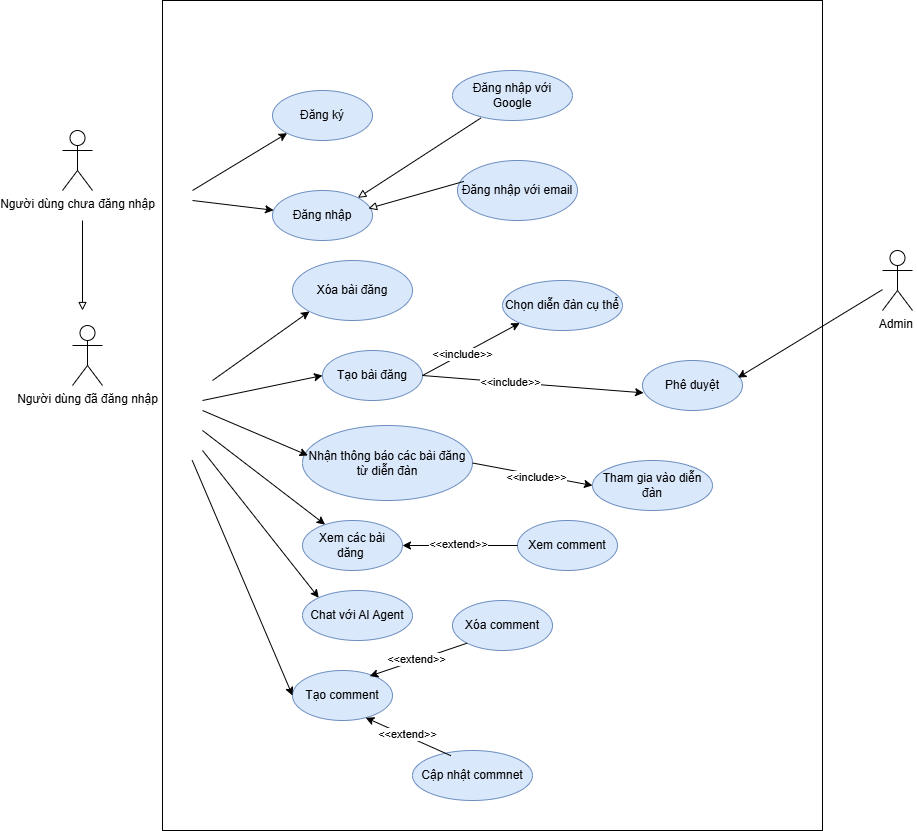
Before: images/Sơ đồ UC.drawio.png, a diagram exported from draw.io (Giaphuc713/My-CV). Source tidied: cells renumbered, new cells last; positions are measured from the earlier drawing's top-left corner, leaving out a move shared by most shapes.
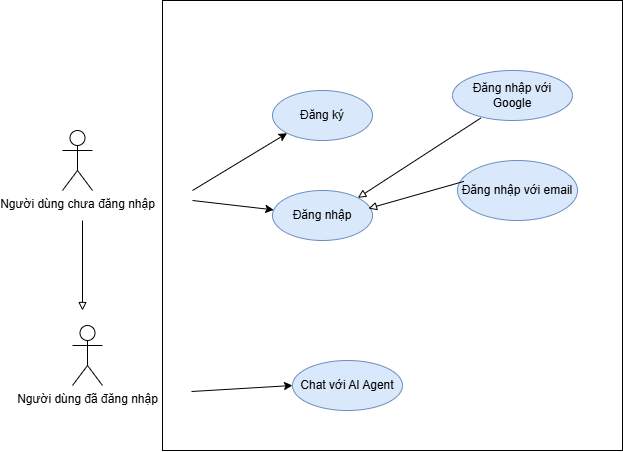
After the change.

Commit message:
move Usecase from chapter 4 to chapter 3

Change to the diagram source:
```diff
@@ -3,7 +3,7 @@
     <mxCell id="0" />
     <mxCell id="1" parent="0" />
     <mxCell id="2" style="rounded=0;whiteSpace=wrap;html=1;imageAspect=0;" parent="1" vertex="1">
-      <mxGeometry x="100" width="660" height="830" as="geometry" />
+      <mxGeometry x="100" width="460" height="450" as="geometry" />
     </mxCell>
     <mxCell id="3" value="Người dùng chưa đăng nhập&lt;div&gt;&lt;br&gt;&lt;/div&gt;" style="shape=umlActor;verticalLabelPosition=bottom;verticalAlign=top;html=1;" parent="1" vertex="1">
       <mxGeometry y="130" width="30" height="60" as="geometry" />
@@ -33,12 +33,6 @@
         <mxPoint x="20" y="310" as="targetPoint" />
       </mxGeometry>
     </mxCell>
-    <mxCell id="10" value="Tạo bài đăng" style="ellipse;whiteSpace=wrap;html=1;fillColor=#dae8fc;strokeColor=#6c8ebf;" parent="1" vertex="1">
-      <mxGeometry x="260" y="350" width="100" height="50" as="geometry" />
-    </mxCell>
-    <mxCell id="11" value="Xem các bài dăng&amp;nbsp;" style="ellipse;whiteSpace=wrap;html=1;fillColor=#dae8fc;strokeColor=#6c8ebf;" parent="1" vertex="1">
-      <mxGeometry x="240" y="520" width="100" height="50" as="geometry" />
-    </mxCell>
     <mxCell id="12" value="Đăng nhập với Google" style="ellipse;whiteSpace=wrap;html=1;fillColor=#dae8fc;strokeColor=#6c8ebf;" parent="1" vertex="1">
       <mxGeometry x="390" y="70" width="120" height="50" as="geometry" />
     </mxCell>
@@ -53,105 +47,13 @@
         <mxPoint x="306" y="208" as="targetPoint" />
       </mxGeometry>
     </mxCell>
-    <mxCell id="16" value="Xóa bài đăng" style="ellipse;whiteSpace=wrap;html=1;fillColor=#dae8fc;strokeColor=#6c8ebf;" parent="1" vertex="1">
-      <mxGeometry x="230" y="260" width="120" height="60" as="geometry" />
-    </mxCell>
-    <mxCell id="17" value="Admin&amp;nbsp;" style="shape=umlActor;verticalLabelPosition=bottom;verticalAlign=top;html=1;outlineConnect=0;" parent="1" vertex="1">
-      <mxGeometry x="820" y="250" width="30" height="60" as="geometry" />
-    </mxCell>
-    <mxCell id="18" style="endArrow=classic;html=1;rounded=0;entryX=0;entryY=1;entryDx=0;entryDy=0;" parent="1" edge="1" target="16">
-      <mxGeometry relative="1" as="geometry">
-        <mxPoint x="150" y="380" as="sourcePoint" />
-      </mxGeometry>
-    </mxCell>
-    <mxCell id="19" style="endArrow=classic;html=1;rounded=0;entryX=0;entryY=0.5;entryDx=0;entryDy=0;" parent="1" edge="1" target="10">
-      <mxGeometry relative="1" as="geometry">
-        <mxPoint x="140" y="400" as="sourcePoint" />
-      </mxGeometry>
-    </mxCell>
-    <mxCell id="20" style="endArrow=classic;html=1;rounded=0;" parent="1" edge="1" target="11">
-      <mxGeometry relative="1" as="geometry">
-        <mxPoint x="140" y="430" as="sourcePoint" />
-      </mxGeometry>
-    </mxCell>
-    <mxCell id="21" value="Chọn diễn đàn cụ thể" style="ellipse;whiteSpace=wrap;html=1;fillColor=#dae8fc;strokeColor=#6c8ebf;" parent="1" vertex="1">
-      <mxGeometry x="440" y="280" width="120" height="50" as="geometry" />
-    </mxCell>
-    <mxCell id="22" style="endArrow=classic;html=1;rounded=0;entryX=0;entryY=1;entryDx=0;entryDy=0;exitX=1;exitY=0.5;exitDx=0;exitDy=0;" parent="1" edge="1" source="10" target="21">
-      <mxGeometry relative="1" as="geometry" />
-    </mxCell>
-    <mxCell id="23" value="&amp;lt;&amp;lt;include&amp;gt;&amp;gt;" style="edgeLabel;html=1;align=center;verticalAlign=middle;" parent="22" vertex="1">
-      <mxGeometry x="-0.21" y="1" relative="1" as="geometry" />
-    </mxCell>
-    <mxCell id="24" value="Tham gia vào diễn đàn" style="ellipse;whiteSpace=wrap;html=1;fillColor=#dae8fc;strokeColor=#6c8ebf;" parent="1" vertex="1">
-      <mxGeometry x="530" y="460" width="120" height="50" as="geometry" />
-    </mxCell>
-    <mxCell id="25" value="Nhận thông báo các bài đăng từ diễn đàn" style="ellipse;whiteSpace=wrap;html=1;fillColor=#dae8fc;strokeColor=#6c8ebf;" parent="1" vertex="1">
-      <mxGeometry x="240" y="425" width="170" height="75" as="geometry" />
-    </mxCell>
-    <mxCell id="26" style="endArrow=classic;html=1;rounded=0;entryX=0.032;entryY=0.399;entryDx=0;entryDy=0;entryPerimeter=0;" parent="1" edge="1" target="25">
-      <mxGeometry relative="1" as="geometry">
-        <mxPoint x="140" y="410" as="sourcePoint" />
-      </mxGeometry>
-    </mxCell>
-    <mxCell id="27" style="endArrow=classic;html=1;rounded=0;exitX=1;exitY=0.5;exitDx=0;exitDy=0;entryX=0;entryY=0.5;entryDx=0;entryDy=0;" parent="1" edge="1" source="25" target="24">
-      <mxGeometry relative="1" as="geometry" />
-    </mxCell>
-    <mxCell id="28" value="&amp;lt;&amp;lt;include&amp;gt;&amp;gt;" style="edgeLabel;html=1;align=center;verticalAlign=middle;" parent="27" vertex="1">
-      <mxGeometry x="0.05" y="-2" relative="1" as="geometry" />
-    </mxCell>
-    <mxCell id="29" value="Phê duyệt" style="ellipse;whiteSpace=wrap;html=1;fillColor=#dae8fc;strokeColor=#6c8ebf;" parent="1" vertex="1">
-      <mxGeometry x="580" y="360" width="100" height="50" as="geometry" />
-    </mxCell>
-    <mxCell id="30" style="endArrow=classic;html=1;rounded=0;entryX=0.011;entryY=0.647;entryDx=0;entryDy=0;exitX=1;exitY=0.5;exitDx=0;exitDy=0;entryPerimeter=0;" parent="1" edge="1" source="10" target="29">
-      <mxGeometry relative="1" as="geometry" />
-    </mxCell>
-    <mxCell id="31" value="&amp;lt;&amp;lt;include&amp;gt;&amp;gt;" style="edgeLabel;html=1;align=center;verticalAlign=middle;" parent="30" vertex="1">
-      <mxGeometry x="-0.21" y="1" relative="1" as="geometry" />
-    </mxCell>
-    <mxCell id="32" style="endArrow=classic;html=1;rounded=0;entryX=0.954;entryY=0.344;entryDx=0;entryDy=0;entryPerimeter=0;" parent="1" edge="1" source="17" target="29">
-      <mxGeometry relative="1" as="geometry" />
-    </mxCell>
-    <mxCell id="33" value="Xem comment" style="ellipse;whiteSpace=wrap;html=1;fillColor=#dae8fc;strokeColor=#6c8ebf;" parent="1" vertex="1">
-      <mxGeometry x="455" y="520" width="100" height="50" as="geometry" />
-    </mxCell>
-    <mxCell id="34" value="Tạo comment" style="ellipse;whiteSpace=wrap;html=1;fillColor=#dae8fc;strokeColor=#6c8ebf;" parent="1" vertex="1">
-      <mxGeometry x="230" y="670" width="100" height="50" as="geometry" />
-    </mxCell>
-    <mxCell id="35" style="endArrow=classic;html=1;rounded=0;entryX=1;entryY=0.5;entryDx=0;entryDy=0;" parent="1" edge="1" source="33" target="11">
-      <mxGeometry relative="1" as="geometry" />
-    </mxCell>
-    <mxCell id="36" value="&amp;lt;&amp;lt;extend&amp;gt;&amp;gt;" style="edgeLabel;html=1;align=center;verticalAlign=middle;" parent="35" vertex="1">
-      <mxGeometry x="0.05" y="-2" relative="1" as="geometry" />
-    </mxCell>
-    <mxCell id="37" value="Xóa comment" style="ellipse;whiteSpace=wrap;html=1;fillColor=#dae8fc;strokeColor=#6c8ebf;" parent="1" vertex="1">
-      <mxGeometry x="390" y="600" width="100" height="50" as="geometry" />
-    </mxCell>
-    <mxCell id="38" value="Cập nhật commnet" style="ellipse;whiteSpace=wrap;html=1;fillColor=#dae8fc;strokeColor=#6c8ebf;" parent="1" vertex="1">
-      <mxGeometry x="350" y="750" width="120" height="50" as="geometry" />
-    </mxCell>
-    <mxCell id="39" style="endArrow=classic;html=1;rounded=0;entryX=0.772;entryY=0.112;entryDx=0;entryDy=0;entryPerimeter=0;exitX=0;exitY=1;exitDx=0;exitDy=0;" parent="1" edge="1" source="37" target="34">
-      <mxGeometry relative="1" as="geometry" />
-    </mxCell>
-    <mxCell id="40" value="&amp;lt;&amp;lt;extend&amp;gt;&amp;gt;" style="edgeLabel;html=1;align=center;verticalAlign=middle;" parent="39" vertex="1">
-      <mxGeometry x="0.05" y="-2" relative="1" as="geometry" />
-    </mxCell>
-    <mxCell id="41" style="endArrow=classic;html=1;rounded=0;entryX=0.732;entryY=0.944;entryDx=0;entryDy=0;entryPerimeter=0;exitX=0.32;exitY=0.104;exitDx=0;exitDy=0;exitPerimeter=0;" parent="1" edge="1" source="38" target="34">
-      <mxGeometry relative="1" as="geometry" />
-    </mxCell>
-    <mxCell id="42" value="&amp;lt;&amp;lt;extend&amp;gt;&amp;gt;" style="edgeLabel;html=1;align=center;verticalAlign=middle;" parent="41" vertex="1">
-      <mxGeometry x="0.05" y="-2" relative="1" as="geometry" />
-    </mxCell>
-    <mxCell id="43" style="endArrow=classic;html=1;rounded=0;entryX=0;entryY=0.5;entryDx=0;entryDy=0;exitX=0.045;exitY=0.554;exitDx=0;exitDy=0;exitPerimeter=0;" parent="1" edge="1" source="2" target="34">
-      <mxGeometry relative="1" as="geometry" />
-    </mxCell>
     <mxCell id="44" value="Chat với AI Agent" style="ellipse;whiteSpace=wrap;html=1;fillColor=#dae8fc;strokeColor=#6c8ebf;" parent="1" vertex="1">
-      <mxGeometry x="240" y="590" width="110" height="50" as="geometry" />
+      <mxGeometry x="230" y="360" width="110" height="50" as="geometry" />
     </mxCell>
-    <mxCell id="45" style="endArrow=classic;html=1;rounded=0;entryX=0;entryY=0;entryDx=0;entryDy=0;" parent="1" edge="1" target="44">
-      <mxGeometry relative="1" as="geometry">
-        <mxPoint x="140" y="450" as="sourcePoint" />
-      </mxGeometry>
-    </mxCell>
+    <mxCell id="46" style="endArrow=classic;html=1;rounded=0;entryX=0;entryY=0.5;entryDx=0;entryDy=0;" parent="1" edge="1" target="44">
+      <mxGeometry relative="1" as="geometry">
+        <mxPoint x="129" y="391" as="sourcePoint" />
+      </mxGeometry>
+    </mxCell>
   </root>
 </mxGraphModel>
```
